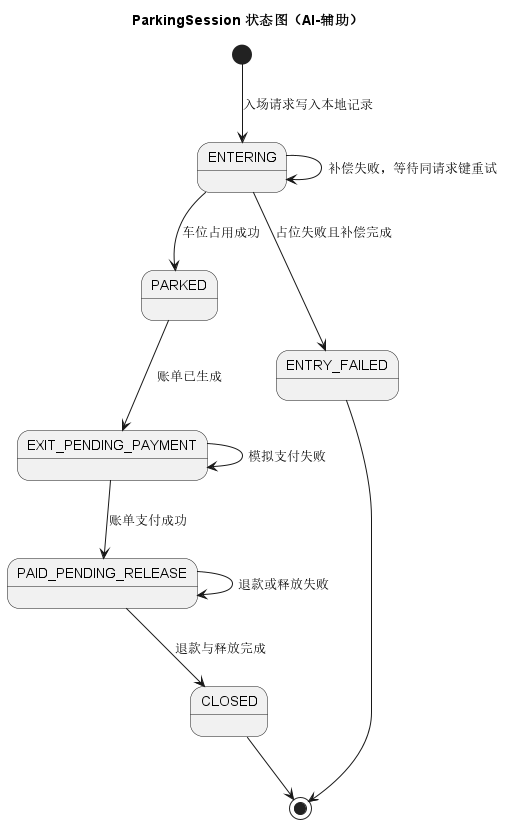
Gindama713/UMLWORK keeps this PlantUML diagram as models/rendered/03-parking-session-state.png. Above is the earlier version. Source of this version:
```plantuml
@startuml
title ParkingSession 状态图（AI-辅助）
[*] --> ENTERING : 入场请求写入本地记录
ENTERING --> PARKED : 车位占用成功
ENTERING --> ENTRY_FAILED : 占位失败且补偿完成
ENTERING --> ENTERING : 补偿失败，等待同请求键重试
PARKED --> EXIT_PENDING_PAYMENT : 账单已生成
EXIT_PENDING_PAYMENT --> EXIT_PENDING_PAYMENT : 模拟支付失败
EXIT_PENDING_PAYMENT --> PAID_PENDING_RELEASE : 账单支付成功
PAID_PENDING_RELEASE --> PAID_PENDING_RELEASE : 退款或释放失败
PAID_PENDING_RELEASE --> CLOSED : 退款与释放完成
ENTRY_FAILED --> [*]
CLOSED --> [*]
@enduml
```
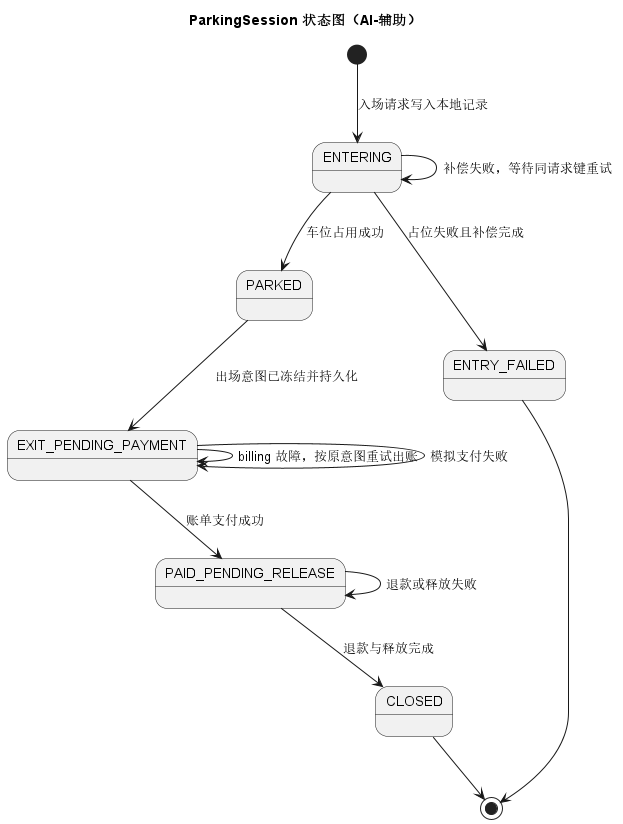
The same file after the commit.

Change to the diagram source:
```diff
@@ -4,7 +4,8 @@
 ENTERING --> PARKED : 车位占用成功
 ENTERING --> ENTRY_FAILED : 占位失败且补偿完成
 ENTERING --> ENTERING : 补偿失败，等待同请求键重试
-PARKED --> EXIT_PENDING_PAYMENT : 账单已生成
+PARKED --> EXIT_PENDING_PAYMENT : 出场意图已冻结并持久化
+EXIT_PENDING_PAYMENT --> EXIT_PENDING_PAYMENT : billing 故障，按原意图重试出账
 EXIT_PENDING_PAYMENT --> EXIT_PENDING_PAYMENT : 模拟支付失败
 EXIT_PENDING_PAYMENT --> PAID_PENDING_RELEASE : 账单支付成功
 PAID_PENDING_RELEASE --> PAID_PENDING_RELEASE : 退款或释放失败
```
